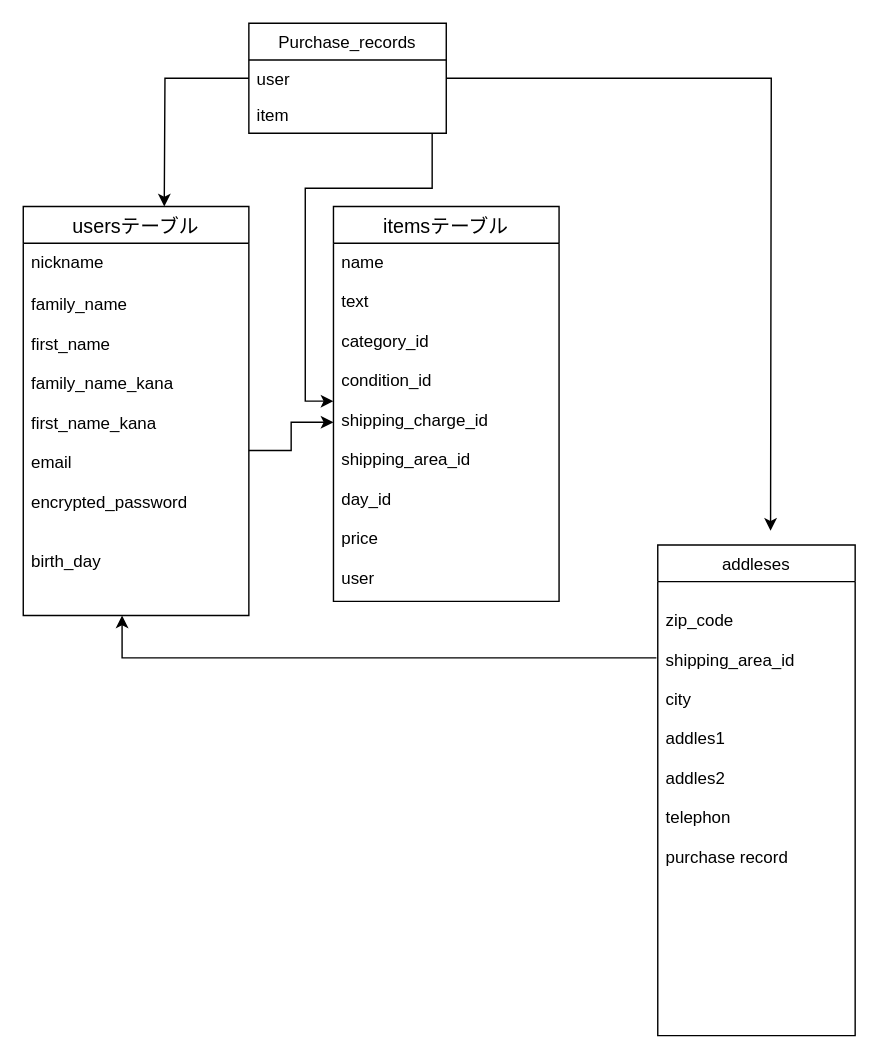
techman104/furima362381 keeps this draw.io diagram as app/test.dio. Above is the earlier version. Source tidied: cells renumbered, new cells numbered last; positions are measured from the earlier drawing's top-left corner, leaving out a move shared by most shapes. Both pictures are drawn from the tidied source at 141%, with x=0, y=0 at pixel (23, 23).
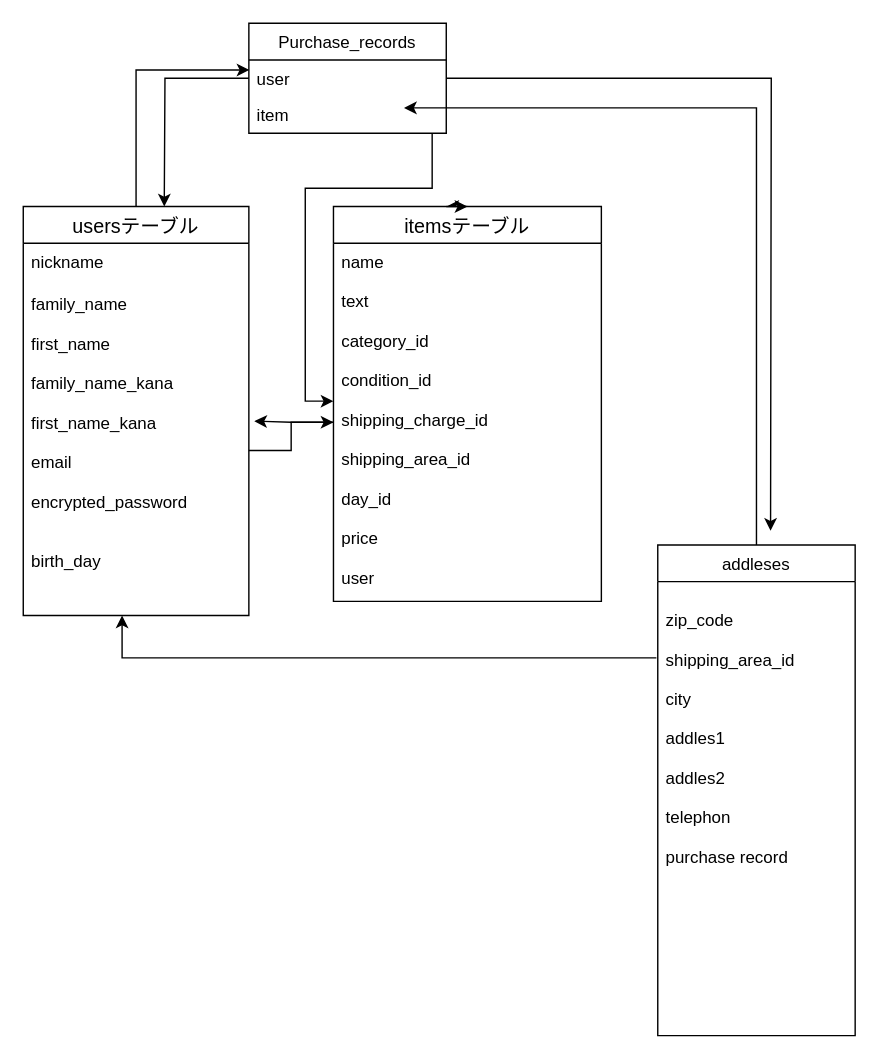
The same page after the edit.

Commit message (it also covers changes not shown here):
read meの修正

The change refers to these unchanged cells:
```xml
<mxCell id="2" value="usersテーブル" style="swimlane;fontStyle=0;horizontal=1;startSize=26;align=center;fontSize=14;" parent="1" vertex="1">
  <mxGeometry y="130" width="160" height="290" as="geometry" />
</mxCell>
<mxCell id="4" value="family_name&#10;&#10;first_name&#10;&#10;family_name_kana&#10;&#10;first_name_kana&#10;&#10;email&#10;&#10;encrypted_password&#10;&#10;&#10;birth_day&#10;&#10;" style="text;strokeColor=none;fillColor=none;spacingLeft=4;spacingRight=4;overflow=hidden;points=[[0,0.5],[1,0.5]];portConstraint=eastwest;fontSize=12;" parent="2" vertex="1">
  <mxGeometry y="56" width="160" height="234" as="geometry" />
</mxCell>
<mxCell id="12" value="addleses" style="swimlane;fontStyle=0;horizontal=1;startSize=26;" parent="1" vertex="1">
  <mxGeometry x="450" y="370" width="140" height="348" as="geometry" />
</mxCell>
<mxCell id="17" value="user" style="text;strokeColor=none;fillColor=none;align=left;verticalAlign=top;spacingLeft=4;spacingRight=4;overflow=hidden;points=[[0,0.5],[1,0.5]];portConstraint=eastwest;" parent="16" vertex="1">
  <mxGeometry y="26" width="140" height="26" as="geometry" />
</mxCell>
<mxCell id="18" value="item" style="text;strokeColor=none;fillColor=none;align=left;verticalAlign=top;spacingLeft=4;spacingRight=4;overflow=hidden;points=[[0,0.5],[1,0.5]];portConstraint=eastwest;" parent="16" vertex="1">
  <mxGeometry y="52" width="140" height="26" as="geometry" />
</mxCell>
```

Diff of the diagram source:
```diff
@@
+    <mxCell id="20" style="edgeStyle=orthogonalEdgeStyle;rounded=0;jettySize=auto;html=1;exitX=0.5;exitY=0;exitDx=0;exitDy=0;entryX=0.003;entryY=0.273;entryDx=0;entryDy=0;entryPerimeter=0;" parent="1" edge="1" source="2" target="17">
+      <mxGeometry relative="1" as="geometry" />
+    </mxCell>
@@
     <mxCell id="6" value="itemsテーブル" style="swimlane;fontStyle=0;horizontal=1;startSize=26;align=center;fontSize=14;" parent="1" vertex="1">
-      <mxGeometry x="220" y="130" width="160" height="280" as="geometry" />
+      <mxGeometry x="220" y="130" width="190" height="280" as="geometry" />
     </mxCell>
     <mxCell id="7" value="name&#10;&#10;text&#10;&#10;category_id&#10;&#10;condition_id&#10;&#10;shipping_charge_id&#10;&#10;shipping_area_id&#10;&#10;day_id&#10;&#10;price&#10;&#10;user&#10;" style="text;strokeColor=none;fillColor=none;spacingLeft=4;spacingRight=4;overflow=hidden;points=[[0,0.5],[1,0.5]];portConstraint=eastwest;fontSize=12;" parent="6" vertex="1">
-      <mxGeometry y="26" width="160" height="254" as="geometry" />
+      <mxGeometry y="26" width="190" height="254" as="geometry" />
     </mxCell>
@@
+    <mxCell id="21" style="edgeStyle=orthogonalEdgeStyle;rounded=0;jettySize=auto;html=1;entryX=0.786;entryY=0.308;entryDx=0;entryDy=0;entryPerimeter=0;" parent="1" edge="1" source="12" target="18">
+      <mxGeometry relative="1" as="geometry" />
+    </mxCell>
@@
+    <mxCell id="22" style="edgeStyle=orthogonalEdgeStyle;rounded=0;jettySize=auto;html=1;entryX=1.024;entryY=0.411;entryDx=0;entryDy=0;entryPerimeter=0;" parent="1" edge="1" source="7" target="4">
+      <mxGeometry relative="1" as="geometry" />
+    </mxCell>
```
